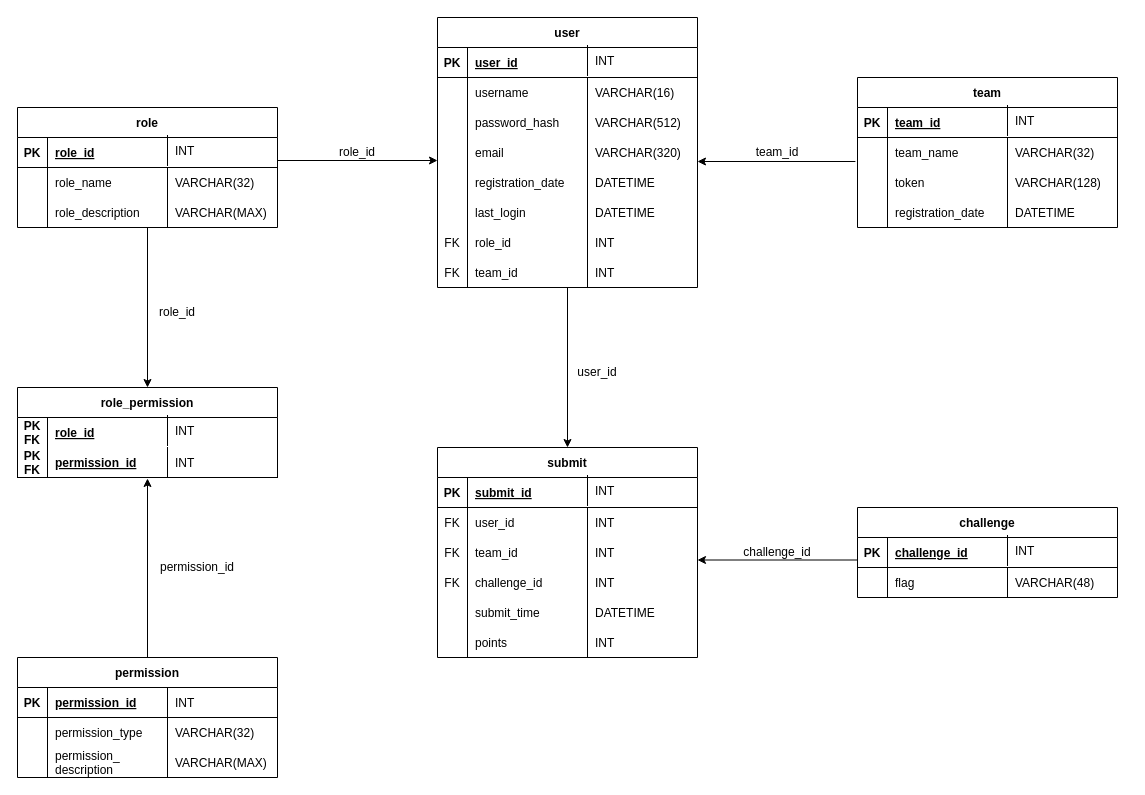
Earlier version of the draw.io diagram db/design/schema_diagram.drawio (FeeeDz/H4ckUs4t1_CTF). Source tidied: cells renumbered, new cells numbered last; positions are measured from the earlier drawing's top-left corner, leaving out a move shared by most shapes. Both pictures are drawn from the tidied source at 100%, with x=0, y=0 at pixel (17, 17).
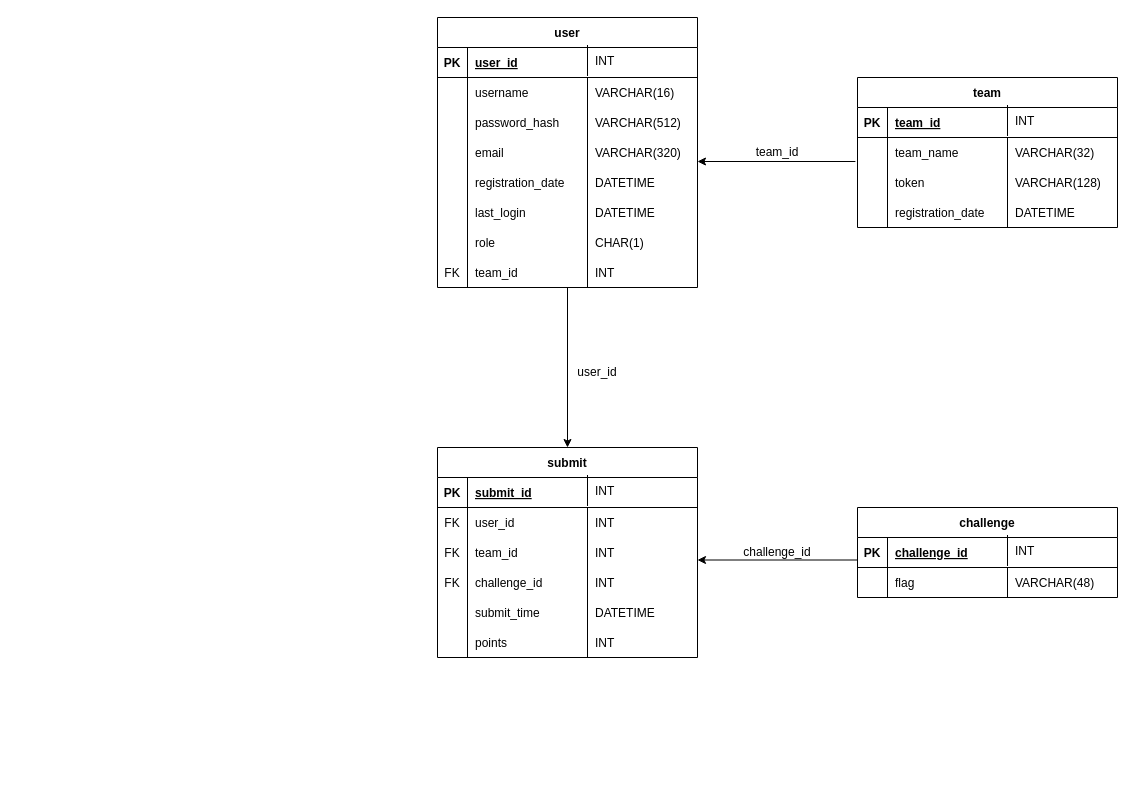
The same diagram, later.

The change refers to these unchanged cells:
```xml
<mxCell id="60" style="group;" parent="1" vertex="1">
  <mxGeometry x="420" y="210" width="260" height="30" as="geometry" />
</mxCell>
```

Diff of the diagram source:
```diff
@@
-    <mxCell id="61" value="FK" style="shape=partialRectangle;overflow=hidden;fillColor=none;top=0;left=0;bottom=0;right=1;" parent="60" vertex="1">
+    <mxCell id="61" style="shape=partialRectangle;overflow=hidden;fillColor=none;top=0;left=0;bottom=0;right=1;" parent="60" vertex="1">
       <mxGeometry width="30" height="30" as="geometry" />
     </mxCell>
-    <mxCell id="62" value="role_id" style="shape=partialRectangle;overflow=hidden;fillColor=none;top=0;left=0;bottom=0;right=0;align=left;spacingLeft=6;" parent="60" vertex="1">
+    <mxCell id="62" value="role" style="shape=partialRectangle;overflow=hidden;fillColor=none;top=0;left=0;bottom=0;right=0;align=left;spacingLeft=6;" parent="60" vertex="1">
       <mxGeometry x="30" width="100" height="30" as="geometry" />
     </mxCell>
-    <mxCell id="63" value="INT" style="shape=partialRectangle;overflow=hidden;fillColor=none;top=0;left=1;bottom=0;right=0;align=left;spacingLeft=6;" parent="60" vertex="1">
+    <mxCell id="63" value="CHAR(1)" style="shape=partialRectangle;overflow=hidden;fillColor=none;top=0;left=1;bottom=0;right=0;align=left;spacingLeft=6;" parent="60" vertex="1">
       <mxGeometry x="150" width="110" height="30" as="geometry" />
     </mxCell>
-    <mxCell id="64" style="shape=partialRectangle;fillColor=none;top=0;left=0;right=0;bottom=0;" parent="1" vertex="1">
-      <mxGeometry x="20" y="165" width="170" height="30" as="geometry" />
-    </mxCell>
-    <mxCell id="65" value="role" style="shape=table;startSize=30;childLayout=tableLayout;rowLines=0;fontStyle=1;align=center;" parent="1" vertex="1">
-      <mxGeometry y="90" width="260" height="120" as="geometry" />
-    </mxCell>
-    <mxCell id="66" style="shape=partialRectangle;fillColor=none;top=0;left=0;right=0;bottom=1;" parent="65" vertex="1">
-      <mxGeometry y="30" width="260" height="30" as="geometry" />
-    </mxCell>
-    <mxCell id="67" value="PK" style="shape=partialRectangle;overflow=hidden;fillColor=none;top=0;left=0;bottom=0;right=0;fontStyle=1;" parent="66" vertex="1">
-      <mxGeometry width="30" height="30" as="geometry" />
-    </mxCell>
-    <mxCell id="68" value="role_id" style="shape=partialRectangle;overflow=hidden;fillColor=none;top=0;left=0;bottom=0;right=0;align=left;spacingLeft=6;fontStyle=5;" parent="66" vertex="1">
-      <mxGeometry x="30" width="230" height="30" as="geometry" />
-    </mxCell>
-    <mxCell id="69" style="shape=partialRectangle;fillColor=none;top=0;left=0;right=0;bottom=0;" parent="65" vertex="1">
-      <mxGeometry y="60" width="260" height="30" as="geometry" />
-    </mxCell>
-    <mxCell id="70" style="shape=partialRectangle;overflow=hidden;fillColor=none;top=0;left=0;bottom=0;right=1;" parent="69" vertex="1">
-      <mxGeometry width="30" height="30" as="geometry" />
-    </mxCell>
-    <mxCell id="71" value="role_name" style="shape=partialRectangle;overflow=hidden;fillColor=none;top=0;left=0;bottom=0;right=0;align=left;spacingLeft=6;" parent="69" vertex="1">
-      <mxGeometry x="30" width="230" height="30" as="geometry" />
-    </mxCell>
-    <mxCell id="72" value="VARCHAR(32)" style="shape=partialRectangle;overflow=hidden;fillColor=none;top=0;left=1;bottom=0;right=0;align=left;spacingLeft=6;" parent="1" vertex="1">
-      <mxGeometry x="150" y="150" width="120" height="30" as="geometry" />
-    </mxCell>
-    <mxCell id="73" value="INT" style="shape=partialRectangle;overflow=hidden;fillColor=none;top=0;left=1;bottom=0;right=0;align=left;spacingLeft=6;" parent="1" vertex="1">
-      <mxGeometry x="150" y="118" width="80" height="30" as="geometry" />
-    </mxCell>
@@
-    <mxCell id="78" style="endArrow=classic;html=1;rounded=0;" parent="1" edge="1">
-      <mxGeometry relative="1" as="geometry">
-        <mxPoint x="260" y="143" as="sourcePoint" />
-        <mxPoint x="420" y="143" as="targetPoint" />
-      </mxGeometry>
-    </mxCell>
-    <mxCell id="79" value="role_id" style="text;html=1;strokeColor=none;fillColor=none;align=center;verticalAlign=middle;whiteSpace=wrap;rounded=0;" parent="1" vertex="1">
-      <mxGeometry x="310" y="120" width="60" height="30" as="geometry" />
-    </mxCell>
@@
-    <mxCell id="117" style="shape=partialRectangle;fillColor=none;top=0;left=0;right=0;bottom=0;" parent="1" vertex="1">
-      <mxGeometry x="20" y="445" width="170" height="30" as="geometry" />
-    </mxCell>
-    <mxCell id="118" value="role_permission" style="shape=table;startSize=30;childLayout=tableLayout;rowLines=0;fontStyle=1;align=center;" parent="1" vertex="1">
-      <mxGeometry y="370" width="260" height="90" as="geometry" />
-    </mxCell>
-    <mxCell id="119" style="shape=partialRectangle;fillColor=none;top=0;left=0;right=0;bottom=0;" parent="118" vertex="1">
-      <mxGeometry y="30" width="260" height="30" as="geometry" />
-    </mxCell>
-    <mxCell id="120" value="PK&#10;FK" style="shape=partialRectangle;overflow=hidden;fillColor=none;top=0;left=0;bottom=0;right=0;fontStyle=1;" parent="119" vertex="1">
-      <mxGeometry width="30" height="30" as="geometry" />
-    </mxCell>
-    <mxCell id="121" value="role_id" style="shape=partialRectangle;overflow=hidden;fillColor=none;top=0;left=0;bottom=0;right=0;align=left;spacingLeft=6;fontStyle=5;" parent="119" vertex="1">
-      <mxGeometry x="30" width="230" height="30" as="geometry" />
-    </mxCell>
-    <mxCell id="122" style="shape=partialRectangle;fillColor=none;points=[[0,0.5],[1,0.5]];portConstraint=eastwest;top=0;left=0;right=0;bottom=1;" parent="118" vertex="1">
-      <mxGeometry y="60" width="260" height="30" as="geometry" />
-    </mxCell>
-    <mxCell id="123" value="PK&#10;FK" style="shape=partialRectangle;overflow=hidden;fillColor=none;top=0;left=0;bottom=0;right=1;fontStyle=1;" parent="122" vertex="1">
-      <mxGeometry width="30" height="30" as="geometry" />
-    </mxCell>
-    <mxCell id="124" value="permission_id" style="shape=partialRectangle;overflow=hidden;fillColor=none;top=0;left=0;bottom=0;right=0;align=left;spacingLeft=6;fontStyle=5;" parent="122" vertex="1">
-      <mxGeometry x="30" width="230" height="30" as="geometry" />
-    </mxCell>
-    <mxCell id="125" value="INT" style="shape=partialRectangle;overflow=hidden;fillColor=none;top=0;left=1;bottom=0;right=0;align=left;spacingLeft=6;" parent="1" vertex="1">
-      <mxGeometry x="150" y="430" width="120" height="30" as="geometry" />
-    </mxCell>
-    <mxCell id="126" value="INT" style="shape=partialRectangle;overflow=hidden;fillColor=none;top=0;left=1;bottom=0;right=0;align=left;spacingLeft=6;" parent="1" vertex="1">
-      <mxGeometry x="150" y="398" width="80" height="30" as="geometry" />
-    </mxCell>
-    <mxCell id="127" style="endArrow=classic;html=1;rounded=0;exitX=0.5;exitY=1;exitDx=0;exitDy=0;entryX=0.5;entryY=0;entryDx=0;entryDy=0;" parent="1" edge="1" target="118">
-      <mxGeometry relative="1" as="geometry">
-        <mxPoint x="130" y="210" as="sourcePoint" />
-      </mxGeometry>
-    </mxCell>
-    <mxCell id="128" value="role_id" style="text;html=1;strokeColor=none;fillColor=none;align=center;verticalAlign=middle;whiteSpace=wrap;rounded=0;" parent="1" vertex="1">
-      <mxGeometry x="130" y="280" width="60" height="30" as="geometry" />
-    </mxCell>
-    <mxCell id="129" style="shape=partialRectangle;fillColor=none;top=0;left=0;right=0;bottom=0;" parent="1" vertex="1">
-      <mxGeometry x="20" y="700" width="170" height="30" as="geometry" />
-    </mxCell>
-    <mxCell id="130" value="permission" style="shape=table;startSize=30;childLayout=tableLayout;rowLines=0;fontStyle=1;align=center;" parent="1" vertex="1">
-      <mxGeometry y="640" width="260" height="120" as="geometry" />
-    </mxCell>
-    <mxCell id="131" style="shape=partialRectangle;fillColor=none;top=0;left=0;right=0;bottom=1;" parent="130" vertex="1">
-      <mxGeometry y="30" width="260" height="30" as="geometry" />
-    </mxCell>
-    <mxCell id="132" value="PK" style="shape=partialRectangle;overflow=hidden;fillColor=none;top=0;left=0;bottom=0;right=0;fontStyle=1;" parent="131" vertex="1">
-      <mxGeometry width="30" height="30" as="geometry" />
-    </mxCell>
-    <mxCell id="133" value="permission_id" style="shape=partialRectangle;overflow=hidden;fillColor=none;top=0;left=0;bottom=0;right=0;align=left;spacingLeft=6;fontStyle=5;" parent="131" vertex="1">
-      <mxGeometry x="30" width="230" height="30" as="geometry" />
-    </mxCell>
-    <mxCell id="134" style="shape=partialRectangle;fillColor=none;top=0;left=0;right=0;bottom=0;" parent="130" vertex="1">
-      <mxGeometry y="60" width="260" height="30" as="geometry" />
-    </mxCell>
-    <mxCell id="135" style="shape=partialRectangle;overflow=hidden;fillColor=none;top=0;left=0;bottom=0;right=1;" parent="134" vertex="1">
-      <mxGeometry width="30" height="30" as="geometry" />
-    </mxCell>
-    <mxCell id="136" value="permission_type" style="shape=partialRectangle;overflow=hidden;fillColor=none;top=0;left=0;bottom=0;right=0;align=left;spacingLeft=6;" parent="134" vertex="1">
-      <mxGeometry x="30" width="230" height="30" as="geometry" />
-    </mxCell>
-    <mxCell id="137" value="VARCHAR(32)" style="shape=partialRectangle;overflow=hidden;fillColor=none;top=0;left=1;bottom=0;right=0;align=left;spacingLeft=6;" parent="1" vertex="1">
-      <mxGeometry x="150" y="700" width="120" height="30" as="geometry" />
-    </mxCell>
-    <mxCell id="138" value="INT" style="shape=partialRectangle;overflow=hidden;fillColor=none;top=0;left=1;bottom=0;right=0;align=left;spacingLeft=6;" parent="1" vertex="1">
-      <mxGeometry x="150" y="670" width="80" height="30" as="geometry" />
-    </mxCell>
-    <mxCell id="139" style="endArrow=classic;html=1;rounded=0;exitX=0.5;exitY=0;exitDx=0;exitDy=0;entryX=0.5;entryY=1.033;entryDx=0;entryDy=0;entryPerimeter=0;" parent="1" edge="1" source="130" target="122">
-      <mxGeometry relative="1" as="geometry" />
-    </mxCell>
-    <mxCell id="140" value="permission_id" style="text;html=1;strokeColor=none;fillColor=none;align=center;verticalAlign=middle;whiteSpace=wrap;rounded=0;" parent="1" vertex="1">
-      <mxGeometry x="150" y="535" width="60" height="30" as="geometry" />
-    </mxCell>
-    <mxCell id="141" style="group;" parent="1" vertex="1">
-      <mxGeometry y="180" width="260" height="30" as="geometry" />
-    </mxCell>
-    <mxCell id="142" style="shape=partialRectangle;overflow=hidden;fillColor=none;top=0;left=0;bottom=0;right=1;" parent="141" vertex="1">
-      <mxGeometry width="30" height="30" as="geometry" />
-    </mxCell>
-    <mxCell id="143" value="role_description" style="shape=partialRectangle;overflow=hidden;fillColor=none;top=0;left=0;bottom=0;right=0;align=left;spacingLeft=6;" parent="141" vertex="1">
-      <mxGeometry x="30" width="100" height="30" as="geometry" />
-    </mxCell>
-    <mxCell id="144" value="VARCHAR(MAX)" style="shape=partialRectangle;overflow=hidden;fillColor=none;top=0;left=1;bottom=0;right=0;align=left;spacingLeft=6;" parent="141" vertex="1">
-      <mxGeometry x="150" width="110" height="30" as="geometry" />
-    </mxCell>
-    <mxCell id="145" style="group;" parent="1" vertex="1">
-      <mxGeometry y="730" width="130" height="30" as="geometry" />
-    </mxCell>
-    <mxCell id="146" style="shape=partialRectangle;overflow=hidden;fillColor=none;top=0;left=0;bottom=0;right=1;" parent="145" vertex="1">
-      <mxGeometry width="30" height="30" as="geometry" />
-    </mxCell>
-    <mxCell id="147" value="permission_&#10;description" style="shape=partialRectangle;overflow=hidden;fillColor=none;top=0;left=0;bottom=0;right=0;align=left;spacingLeft=6;" parent="145" vertex="1">
-      <mxGeometry x="30" width="100" height="30" as="geometry" />
-    </mxCell>
-    <mxCell id="148" value="VARCHAR(MAX)" style="shape=partialRectangle;overflow=hidden;fillColor=none;top=0;left=1;bottom=0;right=0;align=left;spacingLeft=6;" parent="1" vertex="1">
-      <mxGeometry x="150" y="730" width="100" height="30" as="geometry" />
-    </mxCell>
```
